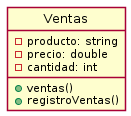
The PlantUML diagram out/Trabajo_en_grupo/latercera.png in emiestevarena/Integrador2, before a commit. The source it was exported from:
```plantuml
@startuml latercera
skinparam  Style strictuml
skinparam  SequenceMessageAlignment center

class Ventas{
    - producto: string
    - precio: double
    - cantidad: int
    +ventas()
    +registroVentas()
}
@enduml
```
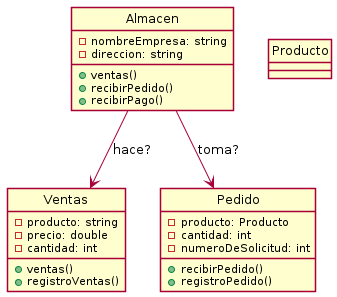
Later version of the same file.

Commit message:
extendiendo diagrama, corrigiendo main

Change to the diagram source:
```diff
@@ -9,4 +9,24 @@
     +ventas()
     +registroVentas()
 }
+
+class Almacen{
+    - nombreEmpresa: string
+    - direccion: string
+    +ventas()
+    +recibirPedido()
+    +recibirPago()
+}
+
+class Pedido{
+    - producto: Producto
+    - cantidad: int
+    - numeroDeSolicitud: int
+    +recibirPedido()
+    +registroPedido()
+}
+
+class Producto{}
+Almacen-->Ventas: hace?
+Almacen-->Pedido: toma?
 @enduml
```
